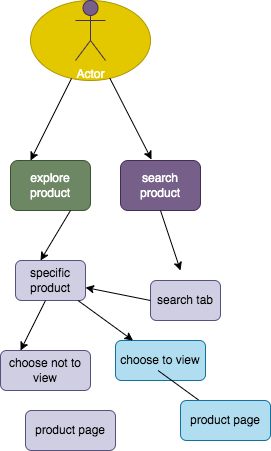
Earlier version of the draw.io export explore/diagramming/diagram.drawio.png (Angelsofttoy/sp24-cse110-lab4). Source tidied: cells renumbered, new cells last; positions are measured from the earlier drawing's top-left corner, leaving out a move shared by most shapes.
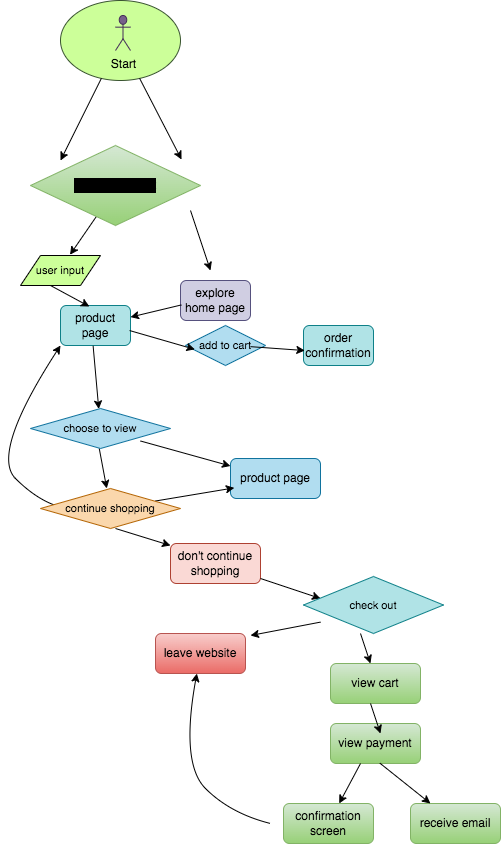
The same diagram one commit later.

Commit message:
finished EXPAND AND DIAGRAM

The edit, as a diff of the source:
```diff
@@ -2,72 +2,195 @@
   <root>
     <mxCell id="0" />
     <mxCell id="1" parent="0" />
-    <mxCell id="2" style="ellipse;whiteSpace=wrap;html=1;fillColor=#e3c800;fontColor=#000000;strokeColor=#B09500;" parent="1" vertex="1">
-      <mxGeometry x="30" width="120" height="80" as="geometry" />
+    <mxCell id="2" style="ellipse;whiteSpace=wrap;html=1;fillColor=#CCFF99;fontColor=#ffffff;strokeColor=#3A5431;" parent="1" vertex="1">
+      <mxGeometry x="210" y="25" width="120" height="80" as="geometry" />
     </mxCell>
-    <mxCell id="3" value="Actor" style="shape=umlActor;verticalLabelPosition=bottom;verticalAlign=top;html=1;fillColor=#76608a;fontColor=#ffffff;strokeColor=#432D57;" parent="1" vertex="1">
-      <mxGeometry x="75" width="30" height="60" as="geometry" />
+    <mxCell id="3" value="&lt;font color=&quot;#000000&quot;&gt;Start&lt;/font&gt;" style="shape=umlActor;verticalLabelPosition=bottom;verticalAlign=top;html=1;fillColor=#76608a;fontColor=#ffffff;strokeColor=#432D57;" parent="1" vertex="1">
+      <mxGeometry x="265" y="40" width="15" height="35" as="geometry" />
     </mxCell>
-    <mxCell id="4" style="endArrow=classic;html=1;entryX=0.25;entryY=0;entryDx=0;entryDy=0;" parent="1" edge="1" source="2" target="6">
-      <mxGeometry relative="1" as="geometry" />
+    <mxCell id="4" style="endArrow=classic;html=1;entryX=0.25;entryY=0;entryDx=0;entryDy=0;" parent="1" edge="1" source="2">
+      <mxGeometry relative="1" as="geometry">
+        <mxPoint x="210" y="185" as="targetPoint" />
+      </mxGeometry>
     </mxCell>
-    <mxCell id="5" style="endArrow=classic;html=1;entryX=0.388;entryY=-0.02;entryDx=0;entryDy=0;entryPerimeter=0;" parent="1" edge="1" source="2" target="7">
-      <mxGeometry relative="1" as="geometry" />
+    <mxCell id="5" style="endArrow=classic;html=1;entryX=0.388;entryY=-0.02;entryDx=0;entryDy=0;entryPerimeter=0;" parent="1" edge="1" source="2">
+      <mxGeometry relative="1" as="geometry">
+        <mxPoint x="331" y="184" as="targetPoint" />
+      </mxGeometry>
     </mxCell>
-    <mxCell id="6" value="explore product" style="rounded=1;whiteSpace=wrap;html=1;fillColor=#6d8764;fontColor=#ffffff;strokeColor=#3A5431;" parent="1" vertex="1">
-      <mxGeometry x="10" y="160" width="80" height="50" as="geometry" />
-    </mxCell>
-    <mxCell id="7" value="search product" style="rounded=1;whiteSpace=wrap;html=1;fillColor=#76608a;fontColor=#ffffff;strokeColor=#432D57;" parent="1" vertex="1">
-      <mxGeometry x="120" y="160" width="80" height="50" as="geometry" />
-    </mxCell>
-    <mxCell id="8" style="endArrow=classic;html=1;exitX=0.5;exitY=1;exitDx=0;exitDy=0;" parent="1" edge="1" source="7">
+    <mxCell id="8" style="endArrow=classic;html=1;exitX=0.5;exitY=1;exitDx=0;exitDy=0;" parent="1" edge="1">
       <mxGeometry relative="1" as="geometry">
-        <mxPoint x="180" y="270" as="targetPoint" />
+        <mxPoint x="340" y="235" as="sourcePoint" />
+        <mxPoint x="360" y="295" as="targetPoint" />
       </mxGeometry>
     </mxCell>
-    <mxCell id="9" value="&lt;font color=&quot;#000000&quot;&gt;search tab&lt;/font&gt;" style="rounded=1;whiteSpace=wrap;html=1;fillColor=#d0cee2;strokeColor=#56517e;" parent="1" vertex="1">
-      <mxGeometry x="150" y="280" width="70" height="40" as="geometry" />
+    <mxCell id="9" value="&lt;font color=&quot;#000000&quot;&gt;explore home page&lt;/font&gt;" style="rounded=1;whiteSpace=wrap;html=1;fillColor=#d0cee2;strokeColor=#56517e;" parent="1" vertex="1">
+      <mxGeometry x="330" y="305" width="70" height="40" as="geometry" />
     </mxCell>
-    <mxCell id="10" value="&lt;font color=&quot;#000000&quot;&gt;specific product&lt;/font&gt;" style="rounded=1;whiteSpace=wrap;html=1;fillColor=#d0cee2;strokeColor=#56517e;" parent="1" vertex="1">
-      <mxGeometry x="15" y="260" width="70" height="40" as="geometry" />
+    <mxCell id="10" value="&lt;font color=&quot;#000000&quot;&gt;product page&lt;/font&gt;" style="rounded=1;whiteSpace=wrap;html=1;fillColor=#b0e3e6;strokeColor=#0e8088;" parent="1" vertex="1">
+      <mxGeometry x="210" y="330" width="70" height="40" as="geometry" />
     </mxCell>
-    <mxCell id="11" style="endArrow=classic;html=1;" parent="1" edge="1">
+    <mxCell id="11" style="endArrow=classic;html=1;entryX=0.619;entryY=-0.024;entryDx=0;entryDy=0;entryPerimeter=0;" parent="1" edge="1" target="38">
       <mxGeometry relative="1" as="geometry">
-        <mxPoint x="70" y="210" as="sourcePoint" />
-        <mxPoint x="40" y="260" as="targetPoint" />
+        <mxPoint x="250" y="235" as="sourcePoint" />
       </mxGeometry>
     </mxCell>
-    <mxCell id="12" style="endArrow=classic;html=1;exitX=0.5;exitY=1;exitDx=0;exitDy=0;" parent="1" edge="1" target="10">
-      <mxGeometry relative="1" as="geometry">
-        <mxPoint x="150" y="300" as="sourcePoint" />
-      </mxGeometry>
+    <mxCell id="12" style="endArrow=classic;html=1;exitX=0.012;exitY=0.611;exitDx=0;exitDy=0;exitPerimeter=0;" parent="1" edge="1" source="9" target="10">
+      <mxGeometry relative="1" as="geometry" />
     </mxCell>
-    <mxCell id="13" style="endArrow=classic;html=1;" parent="1" edge="1">
-      <mxGeometry relative="1" as="geometry">
-        <mxPoint x="45" y="300" as="sourcePoint" />
-        <mxPoint x="20" y="350" as="targetPoint" />
-      </mxGeometry>
-    </mxCell>
-    <mxCell id="14" value="&lt;font color=&quot;#000000&quot;&gt;choose not to view&lt;/font&gt;" style="rounded=1;whiteSpace=wrap;html=1;fillColor=#d0cee2;strokeColor=#56517e;" parent="1" vertex="1">
-      <mxGeometry y="350" width="90" height="40" as="geometry" />
-    </mxCell>
+    <mxCell id="16" style="endArrow=classic;html=1;" parent="1" edge="1" target="18">
+      <mxGeometry relative="1" as="geometry">
+        <mxPoint x="290" y="465.5" as="sourcePoint" />
+      </mxGeometry>
+    </mxCell>
+    <mxCell id="18" value="&lt;font color=&quot;#000000&quot;&gt;product page&lt;/font&gt;" style="rounded=1;whiteSpace=wrap;html=1;fillColor=#b1ddf0;strokeColor=#10739e;" parent="1" vertex="1">
+      <mxGeometry x="380" y="483" width="90" height="40" as="geometry" />
+    </mxCell>
+    <mxCell id="20" style="endArrow=classic;html=1;" parent="1" edge="1">
+      <mxGeometry relative="1" as="geometry">
+        <mxPoint x="248.8" y="473" as="sourcePoint" />
+        <mxPoint x="256.2" y="513" as="targetPoint" />
+      </mxGeometry>
+    </mxCell>
+    <mxCell id="21" value="&lt;font color=&quot;#000000&quot;&gt;don't continue shopping&lt;/font&gt;" style="rounded=1;whiteSpace=wrap;html=1;fillColor=#fad9d5;strokeColor=#ae4132;" parent="1" vertex="1">
+      <mxGeometry x="320" y="568" width="90" height="40" as="geometry" />
+    </mxCell>
+    <mxCell id="22" value="&lt;font color=&quot;#000000&quot;&gt;leave website&lt;br&gt;&lt;/font&gt;" style="rounded=1;whiteSpace=wrap;html=1;fillColor=#f8cecc;strokeColor=#b85450;gradientColor=#ea6b66;" parent="1" vertex="1">
+      <mxGeometry x="305" y="658" width="90" height="40" as="geometry" />
+    </mxCell>
+    <mxCell id="23" style="endArrow=classic;html=1;" parent="1" edge="1">
+      <mxGeometry relative="1" as="geometry">
+        <mxPoint x="470" y="646.6" as="sourcePoint" />
+        <mxPoint x="400" y="660" as="targetPoint" />
+      </mxGeometry>
+    </mxCell>
+    <mxCell id="24" style="curved=1;endArrow=classic;html=1;fontColor=#000000;exitX=0.01;exitY=0.498;exitDx=0;exitDy=0;exitPerimeter=0;" parent="1" edge="1">
+      <mxGeometry relative="1" as="geometry">
+        <mxPoint x="215.9" y="532.9" as="sourcePoint" />
+        <mxPoint x="210" y="370" as="targetPoint" />
+        <Array as="points">
+          <mxPoint x="190" y="528" />
+          <mxPoint x="140" y="478" />
+        </Array>
+      </mxGeometry>
+    </mxCell>
+    <mxCell id="25" style="endArrow=classic;html=1;" parent="1" edge="1" source="21">
+      <mxGeometry relative="1" as="geometry">
+        <mxPoint x="470" y="623" as="targetPoint" />
+      </mxGeometry>
+    </mxCell>
+    <mxCell id="26" style="endArrow=classic;html=1;entryX=0.444;entryY=0;entryDx=0;entryDy=0;entryPerimeter=0;" parent="1" edge="1" target="27">
+      <mxGeometry relative="1" as="geometry">
+        <mxPoint x="510" y="658" as="sourcePoint" />
+      </mxGeometry>
+    </mxCell>
+    <mxCell id="27" value="&lt;font color=&quot;#000000&quot;&gt;view cart&lt;/font&gt;" style="rounded=1;whiteSpace=wrap;html=1;fillColor=#d5e8d4;strokeColor=#82b366;gradientColor=#97d077;" parent="1" vertex="1">
+      <mxGeometry x="480" y="688" width="90" height="40" as="geometry" />
+    </mxCell>
+    <mxCell id="28" value="&lt;font color=&quot;#000000&quot;&gt;view payment&lt;/font&gt;" style="rounded=1;whiteSpace=wrap;html=1;fillColor=#d5e8d4;strokeColor=#82b366;gradientColor=#97d077;" parent="1" vertex="1">
+      <mxGeometry x="480" y="748" width="90" height="40" as="geometry" />
+    </mxCell>
+    <mxCell id="29" style="endArrow=classic;html=1;entryX=0.444;entryY=0;entryDx=0;entryDy=0;entryPerimeter=0;" parent="1" edge="1">
+      <mxGeometry relative="1" as="geometry">
+        <mxPoint x="520" y="728" as="sourcePoint" />
+        <mxPoint x="530" y="758" as="targetPoint" />
+      </mxGeometry>
+    </mxCell>
+    <mxCell id="30" value="confirmation&lt;br&gt;screen" style="rounded=1;whiteSpace=wrap;html=1;fillColor=#d5e8d4;strokeColor=#82b366;gradientColor=#97d077;fontColor=#000000;" parent="1" vertex="1">
+      <mxGeometry x="433" y="828" width="90" height="40" as="geometry" />
+    </mxCell>
+    <mxCell id="31" value="&lt;font color=&quot;#000000&quot;&gt;receive email&lt;/font&gt;" style="rounded=1;whiteSpace=wrap;html=1;fillColor=#d5e8d4;strokeColor=#82b366;gradientColor=#97d077;" parent="1" vertex="1">
+      <mxGeometry x="560" y="828" width="90" height="40" as="geometry" />
+    </mxCell>
+    <mxCell id="32" style="endArrow=classic;html=1;" parent="1" edge="1" target="30">
+      <mxGeometry relative="1" as="geometry">
+        <mxPoint x="510" y="788" as="sourcePoint" />
+      </mxGeometry>
+    </mxCell>
+    <mxCell id="33" style="endArrow=classic;html=1;exitX=0.549;exitY=0.992;exitDx=0;exitDy=0;exitPerimeter=0;" parent="1" edge="1" source="28" target="31">
+      <mxGeometry relative="1" as="geometry" />
+    </mxCell>
+    <mxCell id="34" style="curved=1;endArrow=classic;html=1;fontColor=#000000;" parent="1" edge="1" target="22">
+      <mxGeometry relative="1" as="geometry">
+        <mxPoint x="420" y="848" as="sourcePoint" />
+        <Array as="points">
+          <mxPoint x="380" y="838" />
+          <mxPoint x="330" y="788" />
+        </Array>
+      </mxGeometry>
+    </mxCell>
+    <mxCell id="35" value="Search Product" style="rhombus;whiteSpace=wrap;html=1;labelBackgroundColor=#000000;fillColor=#d5e8d4;gradientColor=#97d077;strokeColor=#82b366;" parent="1" vertex="1">
+      <mxGeometry x="180" y="170" width="170" height="80" as="geometry" />
+    </mxCell>
+    <mxCell id="36" value="&lt;font style=&quot;font-size: 11px;&quot; color=&quot;#ffffff&quot;&gt;yes&lt;/font&gt;" style="text;strokeColor=none;fillColor=none;html=1;fontSize=24;fontStyle=1;verticalAlign=middle;align=center;labelBackgroundColor=none;fontColor=#000000;" parent="1" vertex="1">
+      <mxGeometry x="150" y="245" width="100" height="40" as="geometry" />
+    </mxCell>
+    <mxCell id="37" value="&lt;font color=&quot;#ffffff&quot;&gt;&lt;span style=&quot;font-size: 11px;&quot;&gt;no&lt;/span&gt;&lt;/font&gt;" style="text;strokeColor=none;fillColor=none;html=1;fontSize=24;fontStyle=1;verticalAlign=middle;align=center;labelBackgroundColor=none;fontColor=#000000;" parent="1" vertex="1">
+      <mxGeometry x="315" y="245" width="100" height="40" as="geometry" />
+    </mxCell>
+    <mxCell id="38" value="user input" style="shape=parallelogram;perimeter=parallelogramPerimeter;whiteSpace=wrap;html=1;fixedSize=1;labelBackgroundColor=none;fontSize=11;fontColor=#000000;fillColor=#CCFF99;" parent="1" vertex="1">
+      <mxGeometry x="170" y="280" width="80" height="30" as="geometry" />
+    </mxCell>
+    <mxCell id="39" style="endArrow=classic;html=1;entryX=0.413;entryY=0.026;entryDx=0;entryDy=0;entryPerimeter=0;" parent="1" edge="1" target="10">
+      <mxGeometry relative="1" as="geometry">
+        <mxPoint x="200" y="310" as="sourcePoint" />
+      </mxGeometry>
+    </mxCell>
+    <mxCell id="40" value="&lt;font color=&quot;#000000&quot;&gt;add to cart&lt;/font&gt;" style="rhombus;whiteSpace=wrap;html=1;labelBackgroundColor=none;fontSize=11;fillColor=#b1ddf0;strokeColor=#10739e;" parent="1" vertex="1">
+      <mxGeometry x="335" y="350" width="80" height="40" as="geometry" />
+    </mxCell>
+    <mxCell id="41" style="endArrow=classic;html=1;entryX=0.117;entryY=0.597;entryDx=0;entryDy=0;entryPerimeter=0;exitX=0.987;exitY=0.626;exitDx=0;exitDy=0;exitPerimeter=0;" parent="1" edge="1" source="10" target="40">
+      <mxGeometry relative="1" as="geometry" />
+    </mxCell>
+    <mxCell id="42" value="&lt;font color=&quot;#000000&quot;&gt;order confirmation&lt;br&gt;&lt;/font&gt;" style="rounded=1;whiteSpace=wrap;html=1;fillColor=#b0e3e6;strokeColor=#0e8088;" parent="1" vertex="1">
+      <mxGeometry x="453" y="350" width="70" height="40" as="geometry" />
+    </mxCell>
+    <mxCell id="43" style="endArrow=classic;html=1;entryX=0.019;entryY=0.626;entryDx=0;entryDy=0;entryPerimeter=0;exitX=0.987;exitY=0.626;exitDx=0;exitDy=0;exitPerimeter=0;" parent="1" edge="1" target="42">
+      <mxGeometry relative="1" as="geometry">
+        <mxPoint x="400" y="371.2" as="sourcePoint" />
+      </mxGeometry>
+    </mxCell>
+    <mxCell id="44" value="&lt;font color=&quot;#ffffff&quot;&gt;&lt;span style=&quot;font-size: 11px;&quot;&gt;no&lt;/span&gt;&lt;/font&gt;" style="text;strokeColor=none;fillColor=none;html=1;fontSize=24;fontStyle=1;verticalAlign=middle;align=center;labelBackgroundColor=none;fontColor=#000000;" parent="1" vertex="1">
+      <mxGeometry x="180" y="473" width="100" height="40" as="geometry" />
+    </mxCell>
+    <mxCell id="45" value="&lt;font style=&quot;font-size: 11px;&quot; color=&quot;#ffffff&quot;&gt;yes&lt;/font&gt;" style="text;strokeColor=none;fillColor=none;html=1;fontSize=24;fontStyle=1;verticalAlign=middle;align=center;labelBackgroundColor=none;fontColor=#000000;" parent="1" vertex="1">
+      <mxGeometry x="280" y="443" width="100" height="40" as="geometry" />
+    </mxCell>
-    <mxCell id="15" value="&lt;font color=&quot;#000000&quot;&gt;choose to view&lt;/font&gt;" style="rounded=1;whiteSpace=wrap;html=1;fillColor=#b1ddf0;strokeColor=#10739e;" parent="1" vertex="1">
-      <mxGeometry x="115" y="340" width="90" height="40" as="geometry" />
+    <mxCell id="15" value="&lt;font color=&quot;#000000&quot;&gt;choose to view&lt;br&gt;&lt;/font&gt;" style="rhombus;whiteSpace=wrap;html=1;labelBackgroundColor=none;fontSize=11;fillColor=#b1ddf0;strokeColor=#10739e;direction=south;" parent="1" vertex="1">
+      <mxGeometry x="180" y="433" width="140" height="40" as="geometry" />
     </mxCell>
-    <mxCell id="16" style="endArrow=classic;html=1;" parent="1" edge="1" source="10" target="15">
-      <mxGeometry relative="1" as="geometry" />
-    </mxCell>
-    <mxCell id="17" style="endArrow=classic;html=1;" parent="1" edge="1">
-      <mxGeometry relative="1" as="geometry">
-        <mxPoint x="157.5" y="370" as="sourcePoint" />
-        <mxPoint x="212.5" y="410" as="targetPoint" />
-      </mxGeometry>
-    </mxCell>
-    <mxCell id="18" value="&lt;font color=&quot;#000000&quot;&gt;product page&lt;/font&gt;" style="rounded=1;whiteSpace=wrap;html=1;fillColor=#b1ddf0;strokeColor=#10739e;" parent="1" vertex="1">
-      <mxGeometry x="180" y="400" width="90" height="40" as="geometry" />
-    </mxCell>
-    <mxCell id="19" value="&lt;font color=&quot;#000000&quot;&gt;product page&lt;/font&gt;" style="rounded=1;whiteSpace=wrap;html=1;fillColor=#d0cee2;strokeColor=#56517e;" parent="1" vertex="1">
-      <mxGeometry x="25" y="410" width="90" height="40" as="geometry" />
-    </mxCell>
+    <mxCell id="46" value="&lt;font color=&quot;#ffffff&quot;&gt;&lt;span style=&quot;font-size: 11px;&quot;&gt;no&lt;/span&gt;&lt;/font&gt;" style="text;strokeColor=none;fillColor=none;html=1;fontSize=24;fontStyle=1;verticalAlign=middle;align=center;labelBackgroundColor=none;fontColor=#000000;" parent="1" vertex="1">
+      <mxGeometry x="235" y="553" width="100" height="40" as="geometry" />
+    </mxCell>
+    <mxCell id="47" style="endArrow=classic;html=1;" parent="1" edge="1">
+      <mxGeometry relative="1" as="geometry">
+        <mxPoint x="265" y="553" as="sourcePoint" />
+        <mxPoint x="320" y="570" as="targetPoint" />
+      </mxGeometry>
+    </mxCell>
+    <mxCell id="48" style="endArrow=classic;html=1;fontSize=11;fontColor=#000000;exitX=0.466;exitY=1.009;exitDx=0;exitDy=0;exitPerimeter=0;" parent="1" edge="1" source="10" target="15">
+      <mxGeometry relative="1" as="geometry" />
+    </mxCell>
+    <mxCell id="49" style="endArrow=classic;html=1;fontSize=11;fontColor=#000000;entryX=0.888;entryY=-0.066;entryDx=0;entryDy=0;entryPerimeter=0;" parent="1" edge="1">
+      <mxGeometry relative="1" as="geometry">
+        <mxPoint x="305" y="525.5" as="sourcePoint" />
+        <mxPoint x="383.8" y="512.4" as="targetPoint" />
+      </mxGeometry>
+    </mxCell>
+    <mxCell id="50" value="&lt;font style=&quot;font-size: 11px;&quot; color=&quot;#ffffff&quot;&gt;yes&lt;/font&gt;" style="text;strokeColor=none;fillColor=none;html=1;fontSize=24;fontStyle=1;verticalAlign=middle;align=center;labelBackgroundColor=none;fontColor=#000000;" parent="1" vertex="1">
+      <mxGeometry x="290" y="483" width="100" height="37" as="geometry" />
+    </mxCell>
+    <mxCell id="51" value="&lt;font color=&quot;#000000&quot;&gt;continue shopping&lt;br&gt;&lt;/font&gt;" style="rhombus;whiteSpace=wrap;html=1;labelBackgroundColor=none;fontSize=11;fillColor=#fad7ac;strokeColor=#b46504;direction=south;" parent="1" vertex="1">
+      <mxGeometry x="190" y="513" width="140" height="40" as="geometry" />
+    </mxCell>
+    <mxCell id="52" value="&lt;font color=&quot;#ffffff&quot;&gt;&lt;span style=&quot;font-size: 11px;&quot;&gt;no&lt;/span&gt;&lt;/font&gt;" style="text;strokeColor=none;fillColor=none;html=1;fontSize=24;fontStyle=1;verticalAlign=middle;align=center;labelBackgroundColor=none;fontColor=#000000;" parent="1" vertex="1">
+      <mxGeometry x="390" y="640" width="100" height="40" as="geometry" />
+    </mxCell>
+    <mxCell id="53" value="&lt;font style=&quot;font-size: 11px;&quot; color=&quot;#ffffff&quot;&gt;yes&lt;/font&gt;" style="text;strokeColor=none;fillColor=none;html=1;fontSize=24;fontStyle=1;verticalAlign=middle;align=center;labelBackgroundColor=none;fontColor=#000000;" parent="1" vertex="1">
+      <mxGeometry x="480" y="643" width="100" height="37" as="geometry" />
+    </mxCell>
+    <mxCell id="54" value="&lt;font color=&quot;#000000&quot;&gt;check out&lt;/font&gt;" style="rhombus;whiteSpace=wrap;html=1;labelBackgroundColor=none;fontSize=11;fillColor=#b0e3e6;strokeColor=#0e8088;" parent="1" vertex="1">
+      <mxGeometry x="453" y="601" width="140" height="57" as="geometry" />
+    </mxCell>
   </root>
 </mxGraphModel>
```
